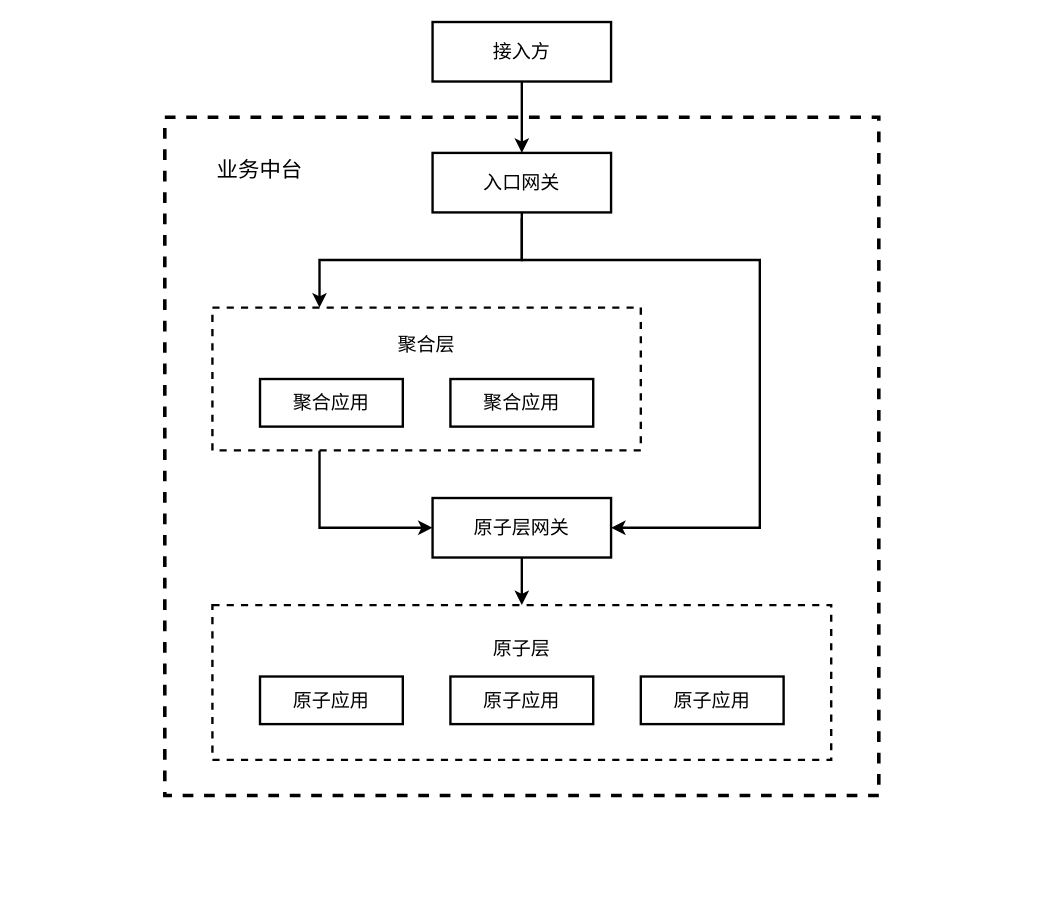
This is sse/业务中台目标.drawio from yimzncy/draw, a draw.io file, before an edit. Source tidied: cells renumbered, new cells numbered last; positions are measured from the earlier drawing's top-left corner, leaving out a move shared by most shapes. Both pictures are drawn from the tidied source at 119%, with x=0, y=0 at pixel (164, 21).
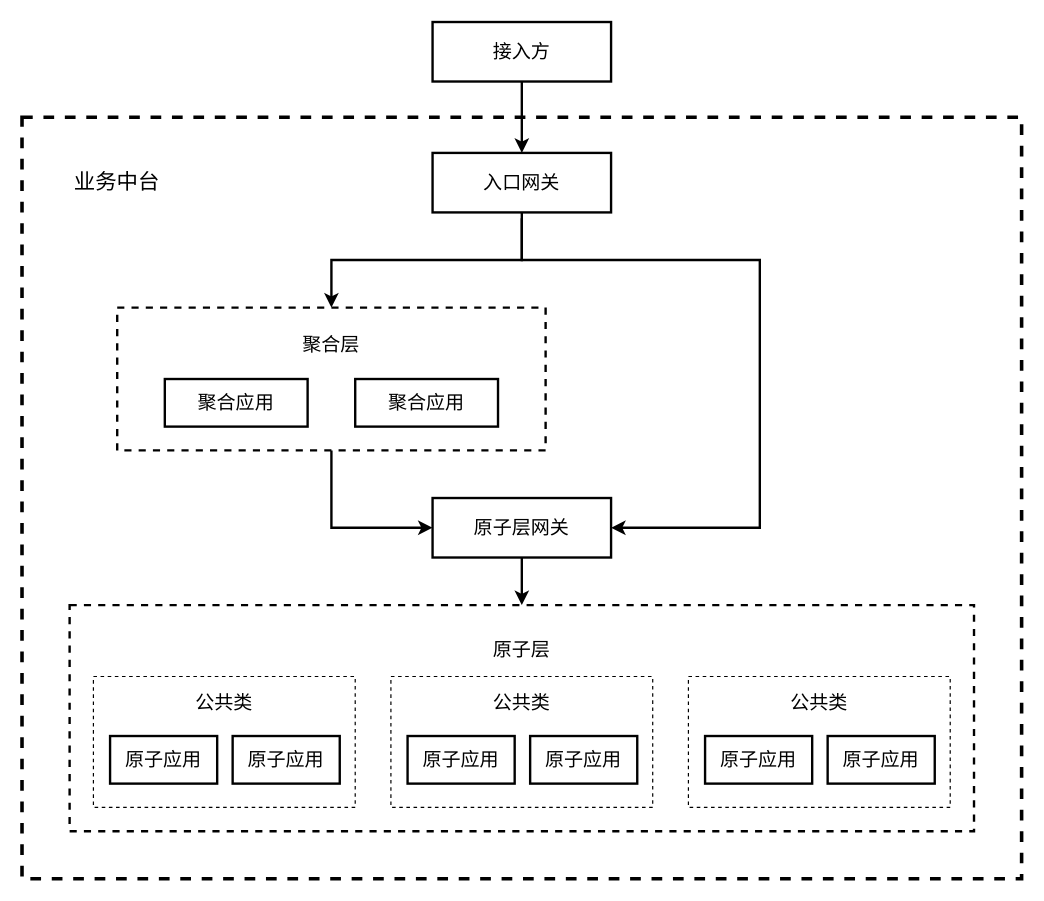
The same page after the edit.

Commit message:
Update 业务中台目标.drawio

The change refers to these unchanged cells:
```xml
<mxCell id="7" value="入口网关" style="rounded=0;whiteSpace=wrap;html=1;strokeWidth=2;gradientColor=none;fontSize=16;" parent="1" vertex="1">
  <mxGeometry x="225" y="110" width="150" height="50" as="geometry" />
</mxCell>
<mxCell id="11" value="原子层网关" style="rounded=0;whiteSpace=wrap;html=1;strokeWidth=2;gradientColor=none;fontSize=16;" parent="1" vertex="1">
  <mxGeometry x="225" y="400" width="150" height="50" as="geometry" />
</mxCell>
```

What changed in the source:
```diff
@@
     <mxCell id="2" style="rounded=0;whiteSpace=wrap;html=1;fillColor=none;dashed=1;strokeWidth=3;" parent="1" vertex="1">
-      <mxGeometry y="80" width="600" height="570" as="geometry" />
+      <mxGeometry x="-120" y="80" width="840" height="640" as="geometry" />
     </mxCell>
+    <mxCell id="12" value="原子层&lt;br&gt;&lt;br&gt;&lt;br&gt;&lt;br&gt;&lt;br&gt;&lt;br&gt;&lt;br&gt;" style="rounded=0;whiteSpace=wrap;html=1;strokeWidth=2;gradientColor=none;fontSize=16;dashed=1;fillColor=none;" parent="1" vertex="1">
+      <mxGeometry x="-80" y="490" width="760" height="190" as="geometry" />
+    </mxCell>
@@
-    <mxCell id="5" style="edgeStyle=orthogonalEdgeStyle;rounded=0;jettySize=auto;html=1;exitX=0.5;exitY=1;exitDx=0;exitDy=0;entryX=0.25;entryY=0;entryDx=0;entryDy=0;strokeWidth=2;" parent="1" edge="1" source="7" target="9">
+    <mxCell id="5" style="edgeStyle=orthogonalEdgeStyle;rounded=0;jettySize=auto;html=1;exitX=0.5;exitY=1;exitDx=0;exitDy=0;entryX=0.5;entryY=0;entryDx=0;entryDy=0;strokeWidth=2;" parent="1" edge="1" source="7" target="9">
       <mxGeometry relative="1" as="geometry" />
     </mxCell>
@@
-    <mxCell id="8" style="edgeStyle=orthogonalEdgeStyle;rounded=0;jettySize=auto;html=1;exitX=0.25;exitY=1;exitDx=0;exitDy=0;entryX=0;entryY=0.5;entryDx=0;entryDy=0;endArrow=classic;endFill=1;strokeWidth=2;" parent="1" edge="1" source="9" target="11">
+    <mxCell id="8" style="edgeStyle=orthogonalEdgeStyle;rounded=0;jettySize=auto;html=1;exitX=0.5;exitY=1;exitDx=0;exitDy=0;entryX=0;entryY=0.5;entryDx=0;entryDy=0;endArrow=classic;endFill=1;strokeWidth=2;" parent="1" edge="1" source="9" target="11">
       <mxGeometry relative="1" as="geometry" />
     </mxCell>
-    <mxCell id="9" value="聚合层&lt;br&gt;&lt;br&gt;&lt;br&gt;&lt;br&gt;" style="rounded=0;whiteSpace=wrap;html=1;strokeWidth=2;fillColor=#ffffff;gradientColor=none;fontSize=16;dashed=1;" parent="1" vertex="1">
-      <mxGeometry x="40" y="240" width="360" height="120" as="geometry" />
+    <mxCell id="9" value="聚合层&lt;br&gt;&lt;br&gt;&lt;br&gt;&lt;br&gt;" style="rounded=0;whiteSpace=wrap;html=1;strokeWidth=2;gradientColor=none;fontSize=16;dashed=1;fillColor=none;" parent="1" vertex="1">
+      <mxGeometry x="-40" y="240" width="360" height="120" as="geometry" />
     </mxCell>
@@
-    <mxCell id="12" value="原子层&lt;br&gt;&lt;br&gt;&lt;br&gt;&lt;br&gt;" style="rounded=0;whiteSpace=wrap;html=1;strokeWidth=2;fillColor=#ffffff;gradientColor=none;fontSize=16;dashed=1;" parent="1" vertex="1">
-      <mxGeometry x="40" y="490" width="520" height="130" as="geometry" />
-    </mxCell>
     <mxCell id="13" value="聚合应用" style="rounded=0;whiteSpace=wrap;html=1;strokeWidth=2;fillColor=#ffffff;gradientColor=none;fontSize=16;" parent="1" vertex="1">
-      <mxGeometry x="80" y="300" width="120" height="40" as="geometry" />
+      <mxGeometry y="300" width="120" height="40" as="geometry" />
     </mxCell>
     <mxCell id="14" value="聚合应用" style="rounded=0;whiteSpace=wrap;html=1;strokeWidth=2;fillColor=#ffffff;gradientColor=none;fontSize=16;" parent="1" vertex="1">
-      <mxGeometry x="240" y="300" width="120" height="40" as="geometry" />
+      <mxGeometry x="160" y="300" width="120" height="40" as="geometry" />
     </mxCell>
+    <mxCell id="18" value="&lt;font style=&quot;font-size: 18px;&quot;&gt;业务中台&lt;/font&gt;" style="text;html=1;strokeColor=none;fillColor=none;align=center;verticalAlign=middle;whiteSpace=wrap;rounded=0;fontSize=18;" parent="1" vertex="1">
+      <mxGeometry x="-80" y="120" width="80" height="30" as="geometry" />
+    </mxCell>
+    <mxCell id="19" style="group;" parent="1" vertex="1">
+      <mxGeometry x="-60" y="550" width="220" height="110" as="geometry" />
+    </mxCell>
+    <mxCell id="20" value="&lt;font style=&quot;font-size: 16px&quot;&gt;公共类&lt;br&gt;&lt;/font&gt;&lt;br&gt;&lt;br&gt;&lt;br&gt;" style="rounded=0;whiteSpace=wrap;html=1;fontSize=18;fillColor=none;dashed=1;" parent="19" vertex="1">
+      <mxGeometry width="220" height="110" as="geometry" />
+    </mxCell>
-    <mxCell id="15" value="原子应用" style="rounded=0;whiteSpace=wrap;html=1;strokeWidth=2;fillColor=#ffffff;gradientColor=none;fontSize=16;" parent="1" vertex="1">
-      <mxGeometry x="80" y="550" width="120" height="40" as="geometry" />
+    <mxCell id="15" value="原子应用" style="rounded=0;whiteSpace=wrap;html=1;strokeWidth=2;fillColor=#ffffff;gradientColor=none;fontSize=16;" parent="19" vertex="1">
+      <mxGeometry x="14" y="50" width="90" height="40" as="geometry" />
     </mxCell>
-    <mxCell id="16" value="原子应用" style="rounded=0;whiteSpace=wrap;html=1;strokeWidth=2;fillColor=#ffffff;gradientColor=none;fontSize=16;" parent="1" vertex="1">
-      <mxGeometry x="240" y="550" width="120" height="40" as="geometry" />
+    <mxCell id="16" value="原子应用" style="rounded=0;whiteSpace=wrap;html=1;strokeWidth=2;fillColor=#ffffff;gradientColor=none;fontSize=16;" parent="19" vertex="1">
+      <mxGeometry x="117" y="50" width="90" height="40" as="geometry" />
     </mxCell>
-    <mxCell id="17" value="原子应用" style="rounded=0;whiteSpace=wrap;html=1;strokeWidth=2;fillColor=#ffffff;gradientColor=none;fontSize=16;" parent="1" vertex="1">
-      <mxGeometry x="400" y="550" width="120" height="40" as="geometry" />
-    </mxCell>
-    <mxCell id="18" value="&lt;font style=&quot;font-size: 18px;&quot;&gt;业务中台&lt;/font&gt;" style="text;html=1;strokeColor=none;fillColor=none;align=center;verticalAlign=middle;whiteSpace=wrap;rounded=0;fontSize=18;" parent="1" vertex="1">
-      <mxGeometry x="40" y="110" width="80" height="30" as="geometry" />
-    </mxCell>
+    <mxCell id="21" style="group;" parent="1" vertex="1">
+      <mxGeometry x="190" y="550" width="220" height="110" as="geometry" />
+    </mxCell>
+    <mxCell id="22" value="&lt;font style=&quot;font-size: 16px&quot;&gt;公共类&lt;br&gt;&lt;/font&gt;&lt;br&gt;&lt;br&gt;&lt;br&gt;" style="rounded=0;whiteSpace=wrap;html=1;fontSize=18;fillColor=none;dashed=1;" parent="21" vertex="1">
+      <mxGeometry width="220" height="110" as="geometry" />
+    </mxCell>
+    <mxCell id="23" value="原子应用" style="rounded=0;whiteSpace=wrap;html=1;strokeWidth=2;fillColor=#ffffff;gradientColor=none;fontSize=16;" parent="21" vertex="1">
+      <mxGeometry x="14" y="50" width="90" height="40" as="geometry" />
+    </mxCell>
+    <mxCell id="24" value="原子应用" style="rounded=0;whiteSpace=wrap;html=1;strokeWidth=2;fillColor=#ffffff;gradientColor=none;fontSize=16;" parent="21" vertex="1">
+      <mxGeometry x="117" y="50" width="90" height="40" as="geometry" />
+    </mxCell>
+    <mxCell id="25" style="group;" parent="1" vertex="1">
+      <mxGeometry x="440" y="550" width="220" height="110" as="geometry" />
+    </mxCell>
+    <mxCell id="26" value="&lt;font style=&quot;font-size: 16px&quot;&gt;公共类&lt;br&gt;&lt;/font&gt;&lt;br&gt;&lt;br&gt;&lt;br&gt;" style="rounded=0;whiteSpace=wrap;html=1;fontSize=18;fillColor=none;dashed=1;" parent="25" vertex="1">
+      <mxGeometry width="220" height="110" as="geometry" />
+    </mxCell>
+    <mxCell id="27" value="原子应用" style="rounded=0;whiteSpace=wrap;html=1;strokeWidth=2;fillColor=#ffffff;gradientColor=none;fontSize=16;" parent="25" vertex="1">
+      <mxGeometry x="14" y="50" width="90" height="40" as="geometry" />
+    </mxCell>
+    <mxCell id="28" value="原子应用" style="rounded=0;whiteSpace=wrap;html=1;strokeWidth=2;fillColor=#ffffff;gradientColor=none;fontSize=16;" parent="25" vertex="1">
+      <mxGeometry x="117" y="50" width="90" height="40" as="geometry" />
+    </mxCell>
```
